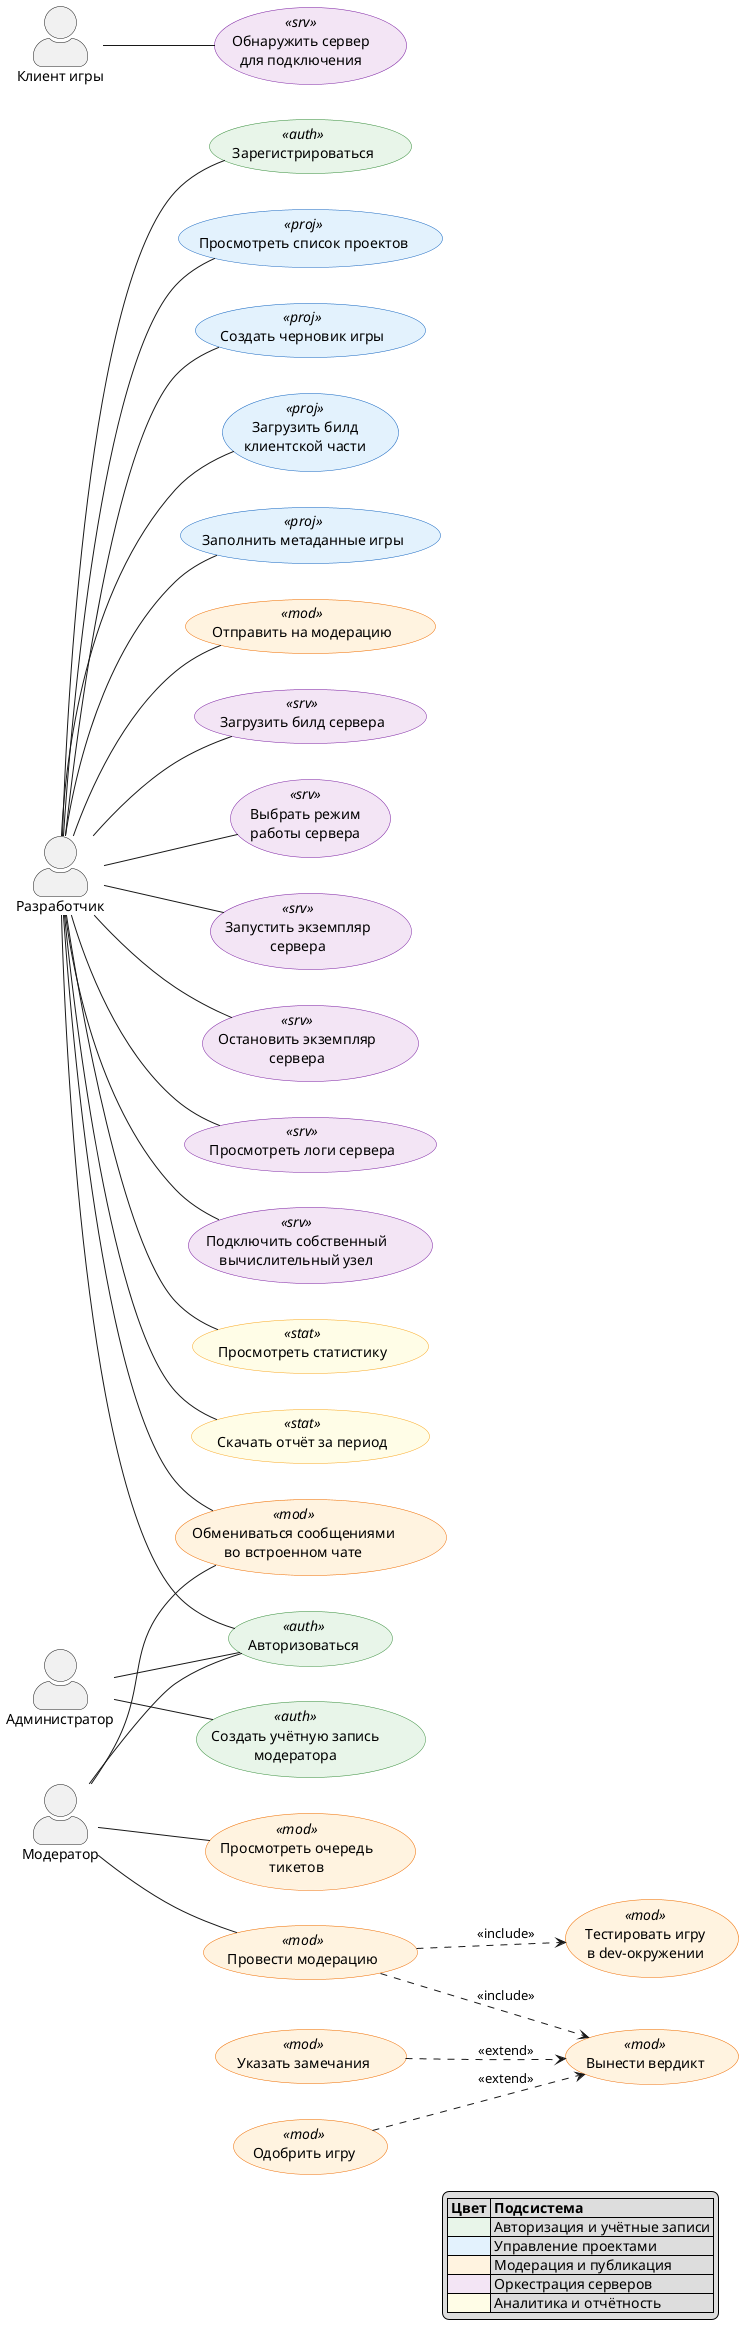
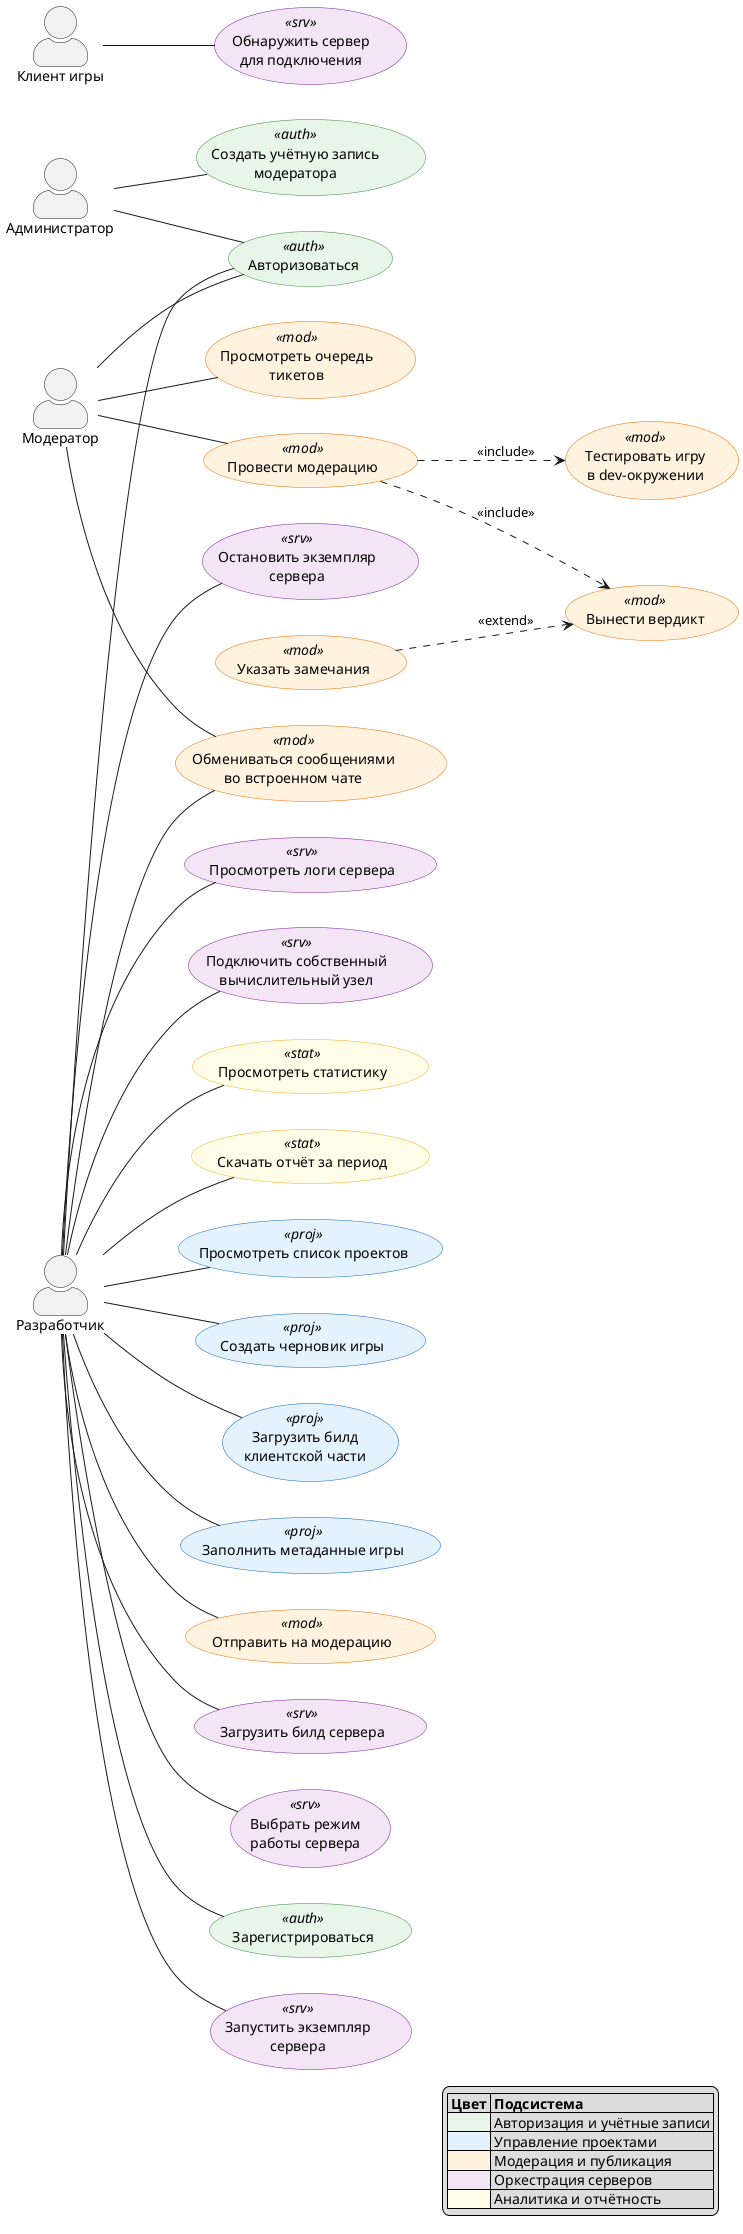
@startuml
left to right direction
skinparam actorStyle awesome

skinparam usecase {
  BackgroundColor<<auth>> #E8F5E9
  BorderColor<<auth>> #388E3C

  BackgroundColor<<proj>> #E3F2FD
  BorderColor<<proj>> #1565C0

  BackgroundColor<<mod>> #FFF3E0
  BorderColor<<mod>> #EF6C00

  BackgroundColor<<srv>> #F3E5F5
  BorderColor<<srv>> #7B1FA2

  BackgroundColor<<stat>> #FFFDE7
  BorderColor<<stat>> #F9A825
}

' ═══════════════════════════════
'  АКТЁРЫ
' ═══════════════════════════════

actor "Разработчик" as Dev
actor "Администратор" as Admin
actor "Модератор" as Mod
actor "Клиент игры" as GameClient

' ═══════════════════════════════
'  АВТОРИЗАЦИЯ
' ═══════════════════════════════

usecase "Зарегистрироваться" as REG <<auth>>
usecase "Авторизоваться" as AUTH <<auth>>
usecase "Создать учётную запись\nмодератора" as CREATE_MOD <<auth>>

' ═══════════════════════════════
'  УПРАВЛЕНИЕ ПРОЕКТАМИ
' ═══════════════════════════════

usecase "Просмотреть список проектов" as LIST <<proj>>
usecase "Создать черновик игры" as CREATE <<proj>>
usecase "Загрузить билд\nклиентской части" as UPLOAD <<proj>>
usecase "Заполнить метаданные игры" as META <<proj>>

' ═══════════════════════════════
'  МОДЕРАЦИЯ И ПУБЛИКАЦИЯ
' ═══════════════════════════════

usecase "Отправить на модерацию" as SEND <<mod>>
usecase "Просмотреть очередь\nтикетов" as QUEUE <<mod>>
usecase "Провести модерацию" as MODERATE <<mod>>
usecase "Тестировать игру\nв dev-окружении" as TEST <<mod>>
usecase "Вынести вердикт" as VERDICT <<mod>>
- usecase "Одобрить игру" as APPROVE <<mod>>
usecase "Указать замечания" as REMARKS <<mod>>
usecase "Обмениваться сообщениями\nво встроенном чате" as CHAT <<mod>>

' ═══════════════════════════════
'  ОРКЕСТРАЦИЯ СЕРВЕРОВ
' ═══════════════════════════════

usecase "Загрузить билд сервера" as UPLOAD_SRV <<srv>>
usecase "Выбрать режим\nработы сервера" as MODE <<srv>>
usecase "Запустить экземпляр\nсервера" as START <<srv>>
usecase "Остановить экземпляр\nсервера" as STOP <<srv>>
usecase "Просмотреть логи сервера" as LOGS <<srv>>
usecase "Обнаружить сервер\nдля подключения" as DISCOVER <<srv>>
usecase "Подключить собственный\nвычислительный узел" as NODE <<srv>>

' ═══════════════════════════════
'  АНАЛИТИКА И ОТЧЁТНОСТЬ
' ═══════════════════════════════

usecase "Просмотреть статистику" as STATS <<stat>>
usecase "Скачать отчёт за период" as REPORT <<stat>>

' ═══════════════════════════════
'  СВЯЗИ: Разработчик
' ═══════════════════════════════

Dev -- REG
Dev -- AUTH
Dev -- LIST
Dev -- CREATE
Dev -- UPLOAD
Dev -- META
Dev -- SEND
Dev -- CHAT
Dev -- UPLOAD_SRV
Dev -- MODE
Dev -- START
Dev -- STOP
Dev -- LOGS
Dev -- NODE
Dev -- STATS
Dev -- REPORT

' ═══════════════════════════════
'  СВЯЗИ: Модератор
' ═══════════════════════════════

Mod -- AUTH
Mod -- QUEUE
Mod -- MODERATE
Mod -- CHAT

' ═══════════════════════════════
'  СВЯЗИ: Администратор
' ═══════════════════════════════

Admin -- AUTH
Admin -- CREATE_MOD

' ═══════════════════════════════
'  СВЯЗИ: Клиент игры
' ═══════════════════════════════

GameClient -- DISCOVER

' ═══════════════════════════════
'  INCLUDE
' ═══════════════════════════════

MODERATE ..> TEST : <<include>>
MODERATE ..> VERDICT : <<include>>

' ═══════════════════════════════
'  EXTEND
' ═══════════════════════════════

- APPROVE ..> VERDICT : <<extend>>
REMARKS ..> VERDICT : <<extend>>

' ═══════════════════════════════
'  ЛЕГЕНДА
' ═══════════════════════════════

legend right
  |= Цвет |= Подсистема |
  |<#E8F5E9> | Авторизация и учётные записи |
  |<#E3F2FD> | Управление проектами |
  |<#FFF3E0> | Модерация и публикация |
  |<#F3E5F5> | Оркестрация серверов |
  |<#FFFDE7> | Аналитика и отчётность |
endlegend
@enduml
